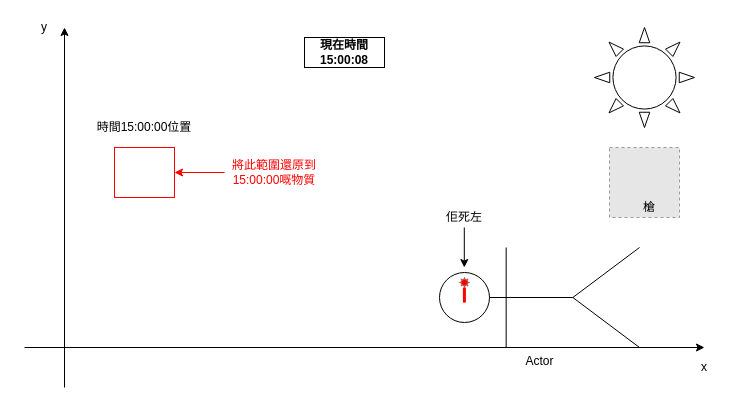
Earlier version of the draw.io diagram page "第6頁" (6 of 12) of assets/img/復活過程/復活過程.drawio (iHad169/Outline-of-Resurrection-of-Ashing-Animals). Source tidied: cells renumbered, new cells numbered last; positions are measured from the earlier drawing's top-left corner, leaving out a move shared by most shapes. Both pictures are drawn from the tidied source at 100%, with x=0, y=0 at pixel (24, 17). Pictures stored in the file or linked from it are replaced by grey dashed boxes.
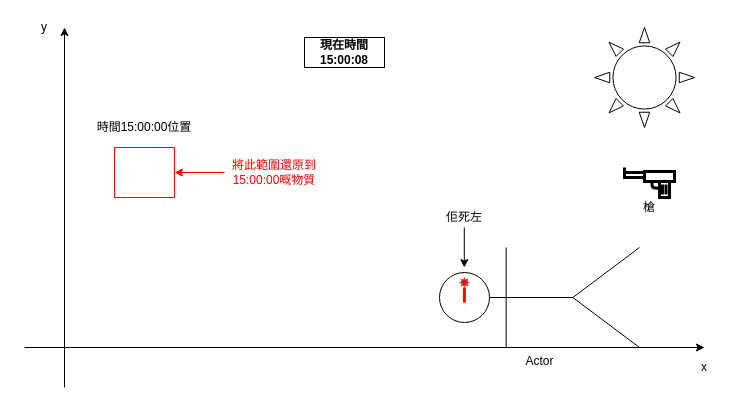
The same page after the edit.

Diff of the diagram source:
```diff
@@
-    <mxCell id="10" style="fillColor=#E6E6E6;strokeColor=#999999;dashed=1;html=1;verticalAlign=top;verticalLabelPosition=bottom;labelBackgroundColor=#ffffff;" parent="1" vertex="1">
-      <mxGeometry x="585" y="130" width="70" height="70" as="geometry" />
-    </mxCell>
@@
+    <mxCell id="19" style="group;" parent="1" vertex="1">
+      <mxGeometry x="600" y="150" width="50" height="30" as="geometry" />
+    </mxCell>
+    <mxCell id="20" style="rounded=0;whiteSpace=wrap;html=1;strokeWidth=3;" parent="19" vertex="1">
+      <mxGeometry y="5" width="20" height="5" as="geometry" />
+    </mxCell>
+    <mxCell id="21" style="rounded=0;whiteSpace=wrap;html=1;strokeWidth=3;" parent="19" vertex="1">
+      <mxGeometry x="20" y="4" width="30" height="10" as="geometry" />
+    </mxCell>
+    <mxCell id="22" style="rounded=0;whiteSpace=wrap;html=1;strokeWidth=3;" parent="19" vertex="1">
+      <mxGeometry x="35" y="14" width="10" height="16" as="geometry" />
+    </mxCell>
+    <mxCell id="23" style="endArrow=none;html=1;exitX=0.25;exitY=1;exitDx=0;exitDy=0;entryX=-0.06;entryY=0.419;entryDx=0;entryDy=0;entryPerimeter=0;strokeWidth=3;" parent="19" edge="1" source="21" target="22">
+      <mxGeometry as="geometry">
+        <Array as="points">
+          <mxPoint x="27.5" y="20.5" />
+        </Array>
+      </mxGeometry>
+    </mxCell>
+    <mxCell id="24" style="endArrow=none;html=1;exitX=0;exitY=0;exitDx=0;exitDy=0;strokeWidth=3;" parent="19" edge="1" source="20">
+      <mxGeometry as="geometry">
+        <mxPoint as="targetPoint" />
+      </mxGeometry>
+    </mxCell>
+    <mxCell id="25" style="endArrow=none;html=1;exitX=0.3;exitY=0.812;exitDx=0;exitDy=0;strokeWidth=3;exitPerimeter=0;entryX=0.3;entryY=0.187;entryDx=0;entryDy=0;entryPerimeter=0;" parent="19" edge="1" source="22" target="22">
+      <mxGeometry x="5" y="5" as="geometry" />
+    </mxCell>
+    <mxCell id="26" style="endArrow=none;html=1;exitX=0.3;exitY=0.812;exitDx=0;exitDy=0;strokeWidth=3;exitPerimeter=0;entryX=0.3;entryY=0.187;entryDx=0;entryDy=0;entryPerimeter=0;" parent="19" edge="1">
+      <mxGeometry x="8.5" y="5" as="geometry">
+        <mxPoint x="41.5" y="27" as="sourcePoint" />
+        <mxPoint x="41.5" y="17" as="targetPoint" />
+      </mxGeometry>
+    </mxCell>
```
